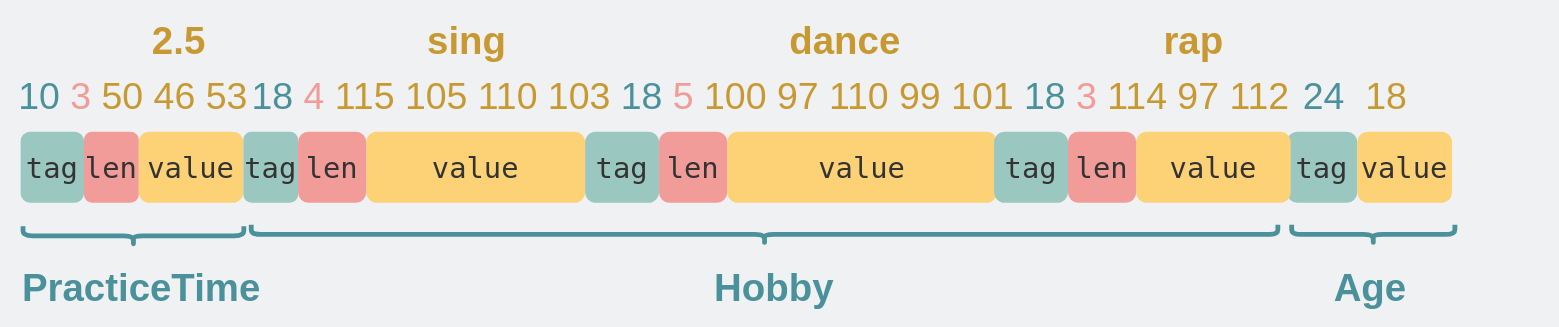
Earlier version of the draw.io diagram network/protobuf含有数组的情况.drawio (xiaobaiTech/image). Source tidied: cells renumbered, new cells numbered last; positions are measured from the earlier drawing's top-left corner, leaving out a move shared by most shapes. Both pictures are drawn from the tidied source at 96%, with x=0, y=0 at pixel (16, -279).
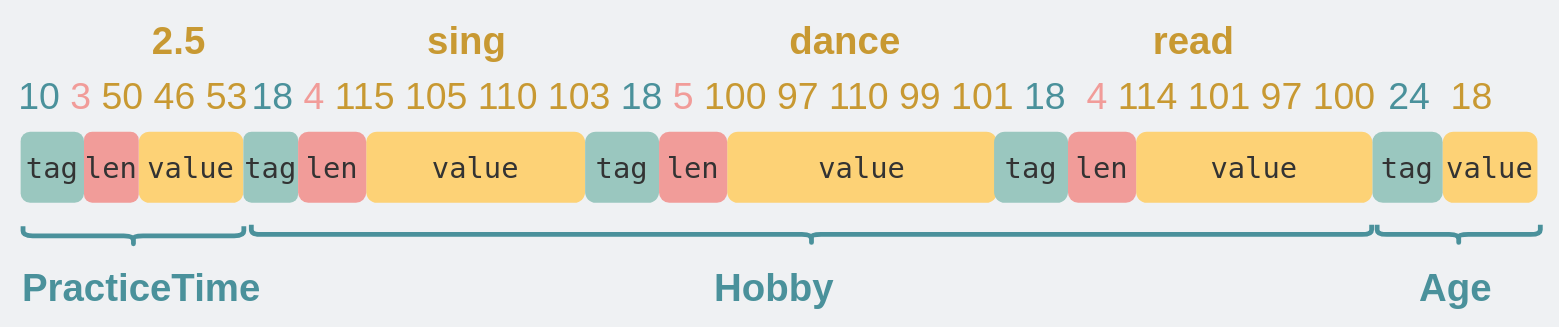
The same diagram, later.

Commit message:
更新protobuf含有数组的情况.drawio

What changed in the source:
```diff
@@
     <mxCell id="4" value="&lt;div style=&quot;font-family: Menlo, Monaco, &amp;quot;Courier New&amp;quot;, monospace; line-height: 24px;&quot;&gt;&lt;div style=&quot;&quot;&gt;&lt;font color=&quot;#333333&quot; style=&quot;font-size: 30px;&quot;&gt;tag&lt;/font&gt;&lt;/div&gt;&lt;/div&gt;" style="rounded=1;whiteSpace=wrap;html=1;strokeWidth=5;fontSize=30;strokeColor=none;fillColor=#9AC7BF;align=center;" parent="1" vertex="1">
-      <mxGeometry x="1323" y="427.7" width="73.4" height="74" as="geometry" />
+      <mxGeometry x="1412" y="427.7" width="73.4" height="74" as="geometry" />
     </mxCell>
     <mxCell id="5" value="&lt;div style=&quot;font-family: Menlo, Monaco, &amp;quot;Courier New&amp;quot;, monospace; line-height: 24px;&quot;&gt;&lt;div style=&quot;&quot;&gt;&lt;font color=&quot;#333333&quot; style=&quot;font-size: 30px;&quot;&gt;value&lt;/font&gt;&lt;/div&gt;&lt;/div&gt;" style="rounded=1;whiteSpace=wrap;html=1;strokeWidth=5;fontSize=30;strokeColor=none;fillColor=#FDD276;align=center;" parent="1" vertex="1">
-      <mxGeometry x="1396.4" y="427.7" width="98.6" height="74" as="geometry" />
+      <mxGeometry x="1485.4" y="427.7" width="98.6" height="74" as="geometry" />
     </mxCell>
@@
     <mxCell id="8" value="&lt;div style=&quot;&quot;&gt;&lt;font style=&quot;font-size: 39px; background-color: initial;&quot; color=&quot;#4a919b&quot;&gt;24&amp;nbsp;&amp;nbsp;&lt;/font&gt;&lt;font style=&quot;font-size: 39px; background-color: initial;&quot; color=&quot;#c89932&quot;&gt;18&lt;/font&gt;&lt;/div&gt;" style="text;html=1;strokeColor=none;fillColor=none;align=left;verticalAlign=middle;whiteSpace=wrap;rounded=0;" parent="1" vertex="1">
-      <mxGeometry x="1338" y="367.2" width="124" height="50" as="geometry" />
+      <mxGeometry x="1427" y="367.2" width="124" height="50" as="geometry" />
     </mxCell>
@@
-    <mxCell id="12" value="&lt;div style=&quot;&quot;&gt;&lt;font style=&quot;font-size: 39px;&quot; color=&quot;#4a919b&quot;&gt;18 &lt;/font&gt;&lt;font color=&quot;#f19c99&quot; style=&quot;font-size: 39px;&quot;&gt;4&lt;/font&gt;&lt;font style=&quot;font-size: 39px;&quot; color=&quot;#4a919b&quot;&gt; &lt;/font&gt;&lt;font color=&quot;#c89932&quot; style=&quot;font-size: 39px;&quot;&gt;115 105 110 103&lt;/font&gt;&lt;font style=&quot;font-size: 39px;&quot; color=&quot;#4a919b&quot;&gt; 18 &lt;/font&gt;&lt;font color=&quot;#f19c99&quot; style=&quot;font-size: 39px;&quot;&gt;5&lt;/font&gt;&lt;font style=&quot;font-size: 39px;&quot; color=&quot;#4a919b&quot;&gt; &lt;/font&gt;&lt;font color=&quot;#c89932&quot; style=&quot;font-size: 39px;&quot;&gt;100 97 110 99 101&lt;/font&gt;&lt;font style=&quot;font-size: 39px;&quot; color=&quot;#4a919b&quot;&gt; 18 &lt;/font&gt;&lt;font color=&quot;#f19c99&quot; style=&quot;font-size: 39px;&quot;&gt;3&lt;/font&gt;&lt;font style=&quot;font-size: 39px;&quot; color=&quot;#4a919b&quot;&gt; &lt;/font&gt;&lt;font color=&quot;#c89932&quot; style=&quot;font-size: 39px;&quot;&gt;114 97 112&lt;/font&gt;&lt;br&gt;&lt;/div&gt;" style="text;html=1;strokeColor=none;fillColor=none;align=left;verticalAlign=middle;whiteSpace=wrap;rounded=0;" parent="1" vertex="1">
-      <mxGeometry x="243" y="331.7" width="1095" height="121" as="geometry" />
+    <mxCell id="12" value="&lt;div style=&quot;&quot;&gt;&lt;font style=&quot;font-size: 39px;&quot; color=&quot;#4a919b&quot;&gt;18 &lt;/font&gt;&lt;font color=&quot;#f19c99&quot; style=&quot;font-size: 39px;&quot;&gt;4&lt;/font&gt;&lt;font style=&quot;font-size: 39px;&quot; color=&quot;#4a919b&quot;&gt; &lt;/font&gt;&lt;font color=&quot;#c89932&quot; style=&quot;font-size: 39px;&quot;&gt;115 105 110 103&lt;/font&gt;&lt;font style=&quot;font-size: 39px;&quot; color=&quot;#4a919b&quot;&gt; 18 &lt;/font&gt;&lt;font color=&quot;#f19c99&quot; style=&quot;font-size: 39px;&quot;&gt;5&lt;/font&gt;&lt;font style=&quot;font-size: 39px;&quot; color=&quot;#4a919b&quot;&gt; &lt;/font&gt;&lt;font color=&quot;#c89932&quot; style=&quot;font-size: 39px;&quot;&gt;100 97 110 99 101&lt;/font&gt;&lt;font style=&quot;font-size: 39px;&quot; color=&quot;#4a919b&quot;&gt; 18&amp;nbsp;&amp;nbsp;&lt;/font&gt;&lt;font color=&quot;#f19c99&quot; style=&quot;font-size: 39px;&quot;&gt;4&amp;nbsp;&lt;/font&gt;&lt;font color=&quot;#c89932&quot; style=&quot;font-size: 39px;&quot;&gt;114 101 97 100&lt;/font&gt;&lt;/div&gt;" style="text;html=1;strokeColor=none;fillColor=none;align=left;verticalAlign=middle;whiteSpace=wrap;rounded=0;" parent="1" vertex="1">
+      <mxGeometry x="243" y="331.7" width="1177" height="121" as="geometry" />
     </mxCell>
@@
     <mxCell id="17" value="&lt;div style=&quot;font-family: Menlo, Monaco, &amp;quot;Courier New&amp;quot;, monospace; line-height: 24px;&quot;&gt;&lt;div style=&quot;&quot;&gt;&lt;font color=&quot;#333333&quot; style=&quot;font-size: 30px;&quot;&gt;value&lt;/font&gt;&lt;/div&gt;&lt;/div&gt;" style="rounded=1;whiteSpace=wrap;html=1;strokeWidth=5;fontSize=30;strokeColor=none;fillColor=#FDD276;align=center;" parent="1" vertex="1">
-      <mxGeometry x="1166" y="427.7" width="161" height="74" as="geometry" />
+      <mxGeometry x="1166" y="427.7" width="246" height="74" as="geometry" />
     </mxCell>
@@
-    <mxCell id="21" value="&lt;font color=&quot;#c89932&quot; size=&quot;1&quot; style=&quot;&quot;&gt;&lt;b style=&quot;font-size: 40px;&quot;&gt;rap&lt;/b&gt;&lt;/font&gt;" style="text;html=1;strokeColor=none;fillColor=none;align=center;verticalAlign=middle;whiteSpace=wrap;rounded=0;" parent="1" vertex="1">
+    <mxCell id="21" value="&lt;font color=&quot;#c89932&quot; size=&quot;1&quot; style=&quot;&quot;&gt;&lt;b style=&quot;font-size: 40px;&quot;&gt;read&lt;/b&gt;&lt;/font&gt;" style="text;html=1;strokeColor=none;fillColor=none;align=center;verticalAlign=middle;whiteSpace=wrap;rounded=0;" parent="1" vertex="1">
       <mxGeometry x="1149.4" y="308.7" width="154" height="46" as="geometry" />
     </mxCell>
     <mxCell id="22" style="shape=curlyBracket;whiteSpace=wrap;html=1;rounded=1;labelPosition=left;verticalLabelPosition=middle;align=right;verticalAlign=middle;rotation=-90;strokeWidth=5;strokeColor=#4A919B;" parent="1" vertex="1">
-      <mxGeometry x="768.9" width="20" height="1069.4" as="geometry" />
+      <mxGeometry x="817.8" y="-48.8" width="20" height="1167" as="geometry" />
     </mxCell>
@@
     <mxCell id="26" value="&lt;font color=&quot;#4a919b&quot; size=&quot;1&quot; style=&quot;&quot;&gt;&lt;b style=&quot;font-size: 40px;&quot;&gt;Age&lt;/b&gt;&lt;/font&gt;" style="text;html=1;strokeColor=none;fillColor=none;align=center;verticalAlign=middle;whiteSpace=wrap;rounded=0;" parent="1" vertex="1">
-      <mxGeometry x="1333" y="566.7" width="154" height="46" as="geometry" />
+      <mxGeometry x="1422" y="566.7" width="154" height="46" as="geometry" />
     </mxCell>
     <mxCell id="27" style="shape=curlyBracket;whiteSpace=wrap;html=1;rounded=1;labelPosition=left;verticalLabelPosition=middle;align=right;verticalAlign=middle;rotation=-90;strokeWidth=5;strokeColor=#4A919B;" parent="1" vertex="1">
-      <mxGeometry x="1403" y="449.7" width="20" height="170" as="geometry" />
+      <mxGeometry x="1492" y="449.7" width="20" height="170" as="geometry" />
     </mxCell>
```
